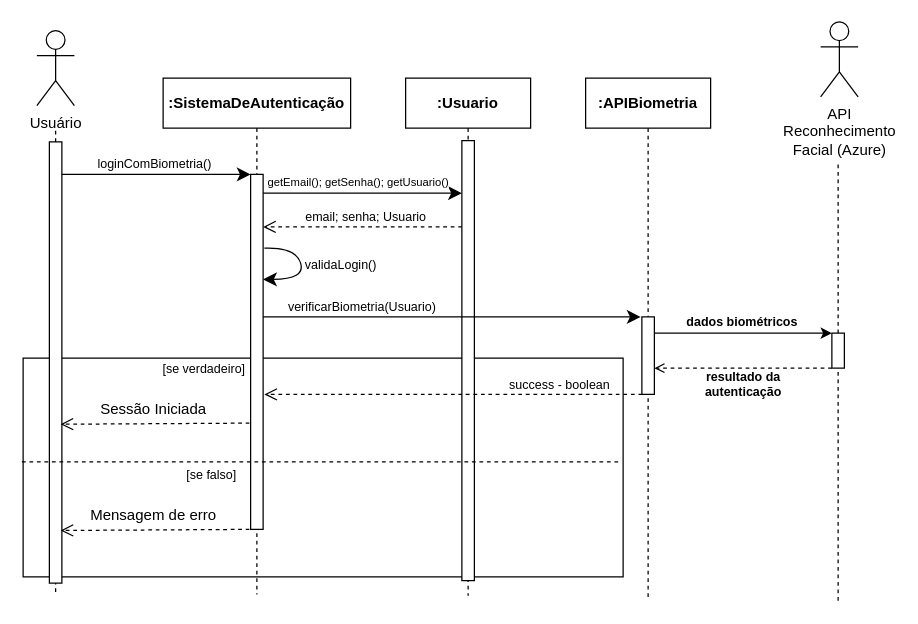
Earlier version of the draw.io diagram diagrama_sequencia/Diagrama_Sequencia_UC03.drawio (gb-cs-rt/home_broker). Source tidied: cells renumbered, new cells numbered last; positions are measured from the earlier drawing's top-left corner, leaving out a move shared by most shapes. Both pictures are drawn from the tidied source at 125%, with x=0, y=0 at pixel (22, 21).
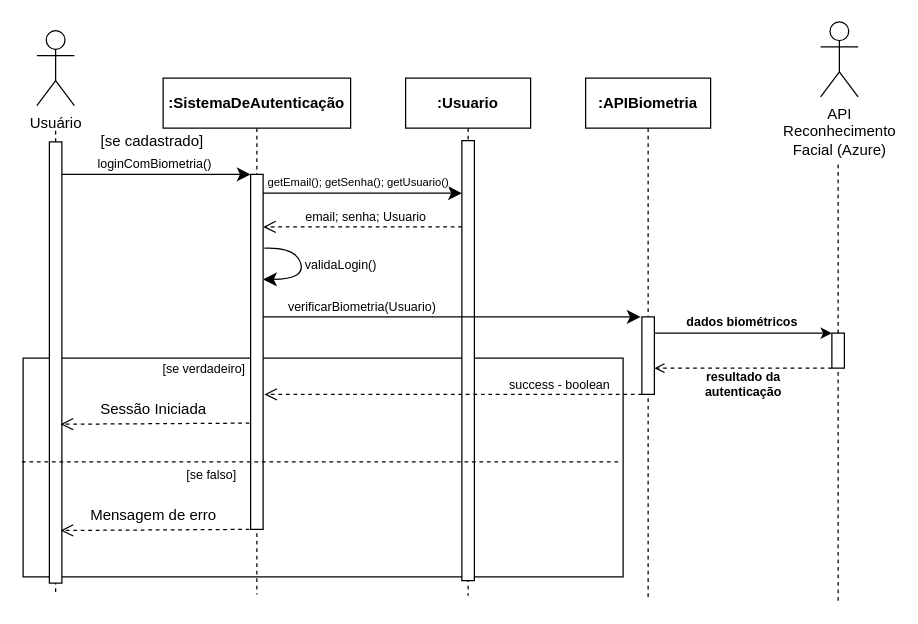
Above is the later version.

The edit, as a diff of the source:
```diff
@@
+    <mxCell id="39" value="[se cadastrado]" style="text;html=1;align=center;verticalAlign=middle;strokeColor=none;fillColor=none;" parent="1" vertex="1">
+      <mxGeometry x="53" y="83" width="100" height="26" as="geometry" />
+    </mxCell>
```
